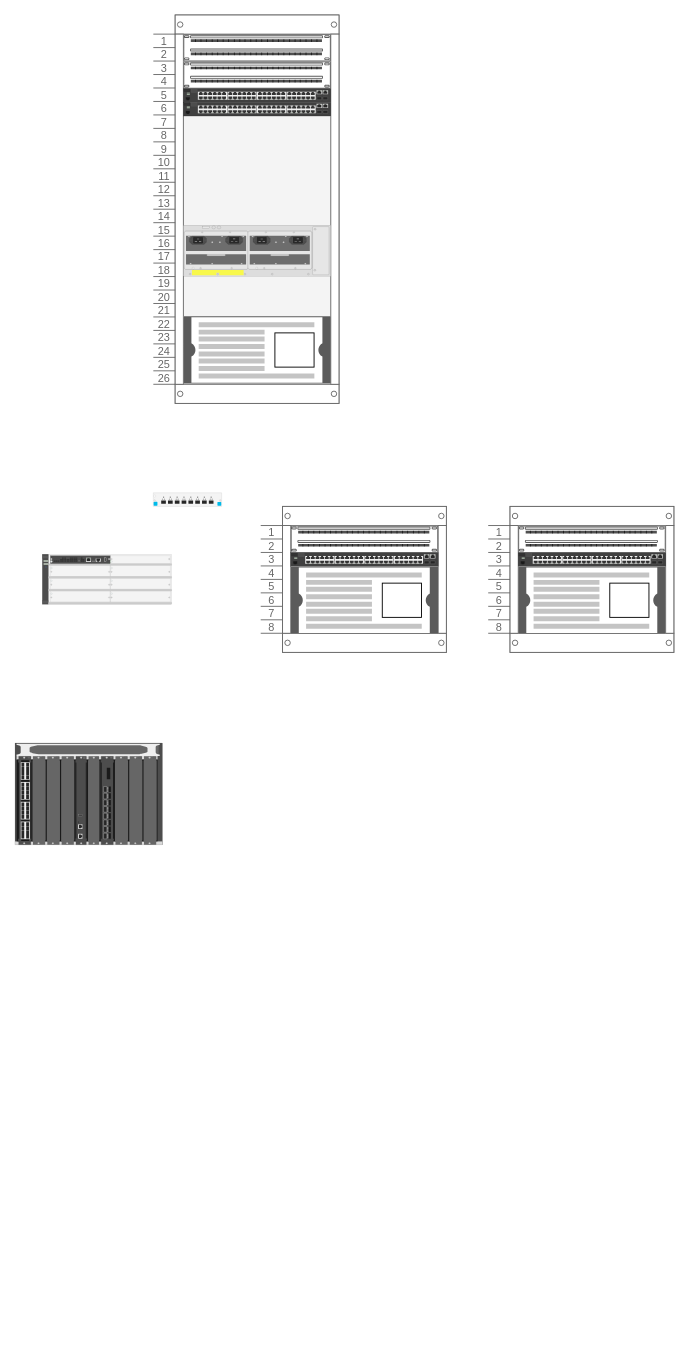
No-Name-Academy/Networking-for-noobs keeps this draw.io diagram as 1-1-Materiel-physique/1.1-TP.drawio. Above is the earlier version. Source tidied: cells renumbered, new cells numbered last; positions are measured from the earlier drawing's top-left corner, leaving out a move shared by most shapes. Both pictures are drawn from the tidied source at 91%, with x=0, y=0 at pixel (15, 15).
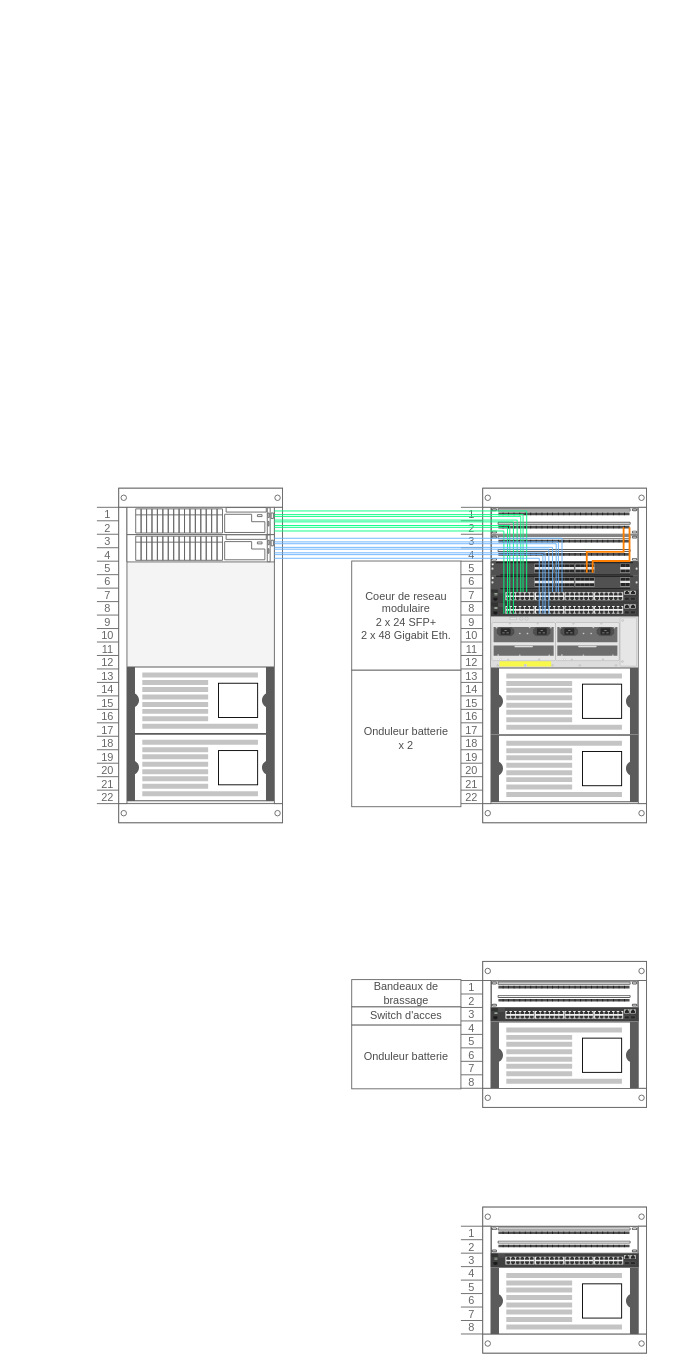
The same page after the edit.

Commit message (it also covers changes not shown here):
Mettre à jour 1.1-TP.drawio

The edit, as a diff of the source:
```diff
@@
     <mxCell id="2" style="strokeColor=#666666;html=1;verticalLabelPosition=bottom;labelBackgroundColor=#ffffff;verticalAlign=top;shadow=0;dashed=0;shape=mxgraph.rackGeneral.rackCabinet3;fillColor2=#f4f4f4;allowGaps=1;textColor=#666666;numDisp=ascend;" parent="1" vertex="1">
-      <mxGeometry x="270" y="540" width="204" height="160" as="geometry" />
+      <mxGeometry x="490" y="1040" width="204" height="160" as="geometry" />
     </mxCell>
@@
-    <mxCell id="4" style="html=1;verticalLabelPosition=bottom;verticalAlign=top;shadow=0;dashed=0;shape=mxgraph.rack.hpe_aruba.switches.j9781a_2530_48_front;" parent="2" vertex="1">
-      <mxGeometry x="33" y="51" width="162" height="15" as="geometry" />
-    </mxCell>
+    <mxCell id="23" style="html=1;verticalLabelPosition=bottom;verticalAlign=top;shadow=0;dashed=0;shape=mxgraph.rack.hpe_aruba.switches.j9781a_2530_48_front;" parent="2" vertex="1">
+      <mxGeometry x="33" y="51" width="162" height="15" as="geometry" />
+    </mxCell>
@@
     <mxCell id="6" style="strokeColor=#666666;html=1;verticalLabelPosition=bottom;labelBackgroundColor=#ffffff;verticalAlign=top;shadow=0;dashed=0;shape=mxgraph.rackGeneral.rackCabinet3;fillColor2=#f4f4f4;allowGaps=1;textColor=#666666;numDisp=ascend;" parent="1" vertex="1">
-      <mxGeometry x="520" y="540" width="204" height="160" as="geometry" />
+      <mxGeometry x="490" y="1310" width="204" height="160" as="geometry" />
     </mxCell>
@@
     <mxCell id="10" style="strokeColor=#666666;html=1;verticalLabelPosition=bottom;labelBackgroundColor=#ffffff;verticalAlign=top;shadow=0;dashed=0;shape=mxgraph.rackGeneral.rackCabinet3;fillColor2=#f4f4f4;allowGaps=1;textColor=#666666;numDisp=ascend;" parent="1" vertex="1">
-      <mxGeometry x="152" width="204" height="430" as="geometry" />
+      <mxGeometry x="490" y="520" width="204" height="370" as="geometry" />
     </mxCell>
-    <mxCell id="11" style="strokeColor=#666666;html=1;labelPosition=right;align=left;spacingLeft=15;shadow=0;dashed=0;outlineConnect=0;shape=mxgraph.rack.general.cat5e_enhanced_patch_panel_48_ports;" parent="10" vertex="1">
+    <mxCell id="11" style="strokeColor=#666666;html=1;labelPosition=right;align=left;spacingLeft=15;shadow=0;dashed=0;outlineConnect=0;shape=mxgraph.rack.general.cat5e_enhanced_patch_panel_48_ports;points=[[0.06,0.73,0,0,0],[0.1,0.73,0,0,0],[0.13,0.73,0,0,0],[0.16,0.73,0,0,0],[0.19,0.73,0,0,0],[0.23,0.73,0,0,0],[0.26,0.73,0,0,0],[0.29,0.73,0,0,0],[0.32,0.73,0,0,0],[0.35,0.73,0,0,0],[0.39,0.73,0,0,0],[0.42,0.73,0,0,0],[0.45,0.73,0,0,0],[0.48,0.73,0,0,0],[0.52,0.73,0,0,0],[0.55,0.73,0,0,0],[0.58,0.73,0,0,0],[0.61,0.73,0,0,0],[0.65,0.73,0,0,0],[0.68,0.73,0,0,0],[0.71,0.73,0,0,0],[0.74,0.73,0,0,0],[0.77,0.73,0,0,0],[0.81,0.73,0,0,0],[0.84,0.73,0,0,0],[0.87,0.73,0,0,0],[0.9,0.73,0,0,0],[0.94,0.73,0,0,0]];" parent="10" vertex="1">
       <mxGeometry x="33" y="21" width="162" height="30" as="geometry" />
     </mxCell>
@@
+    <mxCell id="24" style="html=1;verticalLabelPosition=bottom;verticalAlign=top;outlineConnect=0;shadow=0;dashed=0;shape=mxgraph.rack.hpe_aruba.switches.r0x43a_aruba_6400_24p_sfp_4sfp56_module;points=[[0.36,0.8,0,0,0],[0.4,0.8,0,0,0],[0.5,0.8,0,0,0],[0.54,0.8,0,0,0],[0.65,0.8,0,0,0],[0.69,0.8,0,0,0]];" parent="10" vertex="1">
+      <mxGeometry x="33" y="81" width="162" height="15" as="geometry" />
+    </mxCell>
-    <mxCell id="13" style="html=1;verticalLabelPosition=bottom;verticalAlign=top;outlineConnect=0;shadow=0;dashed=0;shape=mxgraph.rack.hpe_aruba.switches.j9781a_2530_48_front;" parent="10" vertex="1">
-      <mxGeometry x="33" y="81" width="162" height="15" as="geometry" />
+    <mxCell id="13" style="html=1;verticalLabelPosition=bottom;verticalAlign=top;outlineConnect=0;shadow=0;dashed=0;shape=mxgraph.rack.hpe_aruba.switches.j9781a_2530_48_front;points=[[0.12,0.2,0,0,0],[0.16,0.2,0,0,0],[0.19,0.2,0,0,0],[0.23,0.2,0,0,0],[0.26,0.2,0,0,0],[0.29,0.2,0,0,0],[0.33,0.2,0,0,0],[0.36,0.2,0,0,0],[0.4,0.2,0,0,0],[0.43,0.2,0,0,0],[0.47,0.2,0,0,0],[0.5,0.2,0,0,0],[0.54,0.2,0,0,0],[0.57,0.2,0,0,0],[0.6,0.2,0,0,0],[0.64,0.2,0,0,0],[0.67,0.2,0,0,0],[0.71,0.2,0,0,0],[0.74,0.2,0,0,0],[0.78,0.2,0,0,0],[0.81,0.2,0,0,0],[0.85,0.2,0,0,0],[0.88,0.2,0,0,0]];" parent="10" vertex="1">
+      <mxGeometry x="33" y="111" width="162" height="15" as="geometry" />
     </mxCell>
+    <mxCell id="18" style="html=1;verticalLabelPosition=bottom;verticalAlign=top;outlineConnect=0;shadow=0;dashed=0;shape=mxgraph.rack.hpe_aruba.switches.j9781a_2530_48_front;points=[[0.1,0.8,0,0,0],[0.14,0.8,0,0,0],[0.17,0.8,0,0,0],[0.21,0.8,0,0,0],[0.24,0.8,0,0,0],[0.28,0.8,0,0,0],[0.31,0.8,0,0,0],[0.34,0.8,0,0,0],[0.38,0.8,0,0,0],[0.41,0.8,0,0,0],[0.45,0.8,0,0,0],[0.48,0.8,0,0,0],[0.52,0.8,0,0,0],[0.55,0.8,0,0,0],[0.59,0.8,0,0,0],[0.62,0.8,0,0,0],[0.66,0.8,0,0,0],[0.69,0.8,0,0,0],[0.72,0.8,0,0,0],[0.76,0.8,0,0,0],[0.79,0.8,0,0,0],[0.83,0.8,0,0,0],[0.86,0.8,0,0,0],[0.9,0.8,0,0,0]];" parent="10" vertex="1">
+      <mxGeometry x="33" y="126" width="162" height="15" as="geometry" />
+    </mxCell>
     <mxCell id="14" style="group;" parent="10" vertex="1">
-      <mxGeometry x="33" y="231" width="162" height="56" as="geometry" />
+      <mxGeometry x="33" y="141" width="162" height="56" as="geometry" />
     </mxCell>
@@
-    <mxCell id="18" style="html=1;verticalLabelPosition=bottom;verticalAlign=top;outlineConnect=0;shadow=0;dashed=0;shape=mxgraph.rack.hpe_aruba.switches.j9781a_2530_48_front;" parent="10" vertex="1">
-      <mxGeometry x="33" y="96" width="162" height="15" as="geometry" />
-    </mxCell>
+    <mxCell id="25" style="shape=mxgraph.rack.apc.apc_smart_ups_5000_va_5u;html=1;labelPosition=right;align=left;spacingLeft=15;dashed=0;shadow=0;fillColor=#ffffff;" parent="10" vertex="1">
+      <mxGeometry x="33" y="197" width="162" height="74" as="geometry" />
+    </mxCell>
     <mxCell id="19" style="shape=mxgraph.rack.apc.apc_smart_ups_5000_va_5u;html=1;labelPosition=right;align=left;spacingLeft=15;dashed=0;shadow=0;fillColor=#ffffff;" parent="10" vertex="1">
-      <mxGeometry x="33" y="331" width="162" height="74" as="geometry" />
+      <mxGeometry x="33" y="271" width="162" height="74" as="geometry" />
     </mxCell>
-    <mxCell id="20" style="html=1;verticalLabelPosition=bottom;verticalAlign=top;shadow=0;dashed=0;shape=mxgraph.rack.hpe_aruba.switches.j9850a_540r_zl2_switch;" parent="1" vertex="1">
-      <mxGeometry x="30" y="592.5" width="142" height="55" as="geometry" />
-    </mxCell>
-    <mxCell id="21" style="html=1;verticalLabelPosition=bottom;verticalAlign=top;shadow=0;dashed=0;shape=mxgraph.rack.hpe_aruba.switches.j993a_8_port_1g_10gbe_sfpplus_with_macsec_v3_zl2_module;" parent="1" vertex="1">
-      <mxGeometry x="152" y="525" width="75" height="15" as="geometry" />
-    </mxCell>
-    <mxCell id="22" style="html=1;verticalLabelPosition=bottom;verticalAlign=top;shadow=0;dashed=0;shape=mxgraph.rack.hpe_aruba.switches.jl376a_aruba_8400_front;" parent="1" vertex="1">
-      <mxGeometry y="800" width="162" height="112" as="geometry" />
-    </mxCell>
+    <mxCell id="26" style="html=1;verticalLabelPosition=bottom;verticalAlign=top;shadow=0;dashed=0;shape=mxgraph.rack.hpe_aruba.switches.r0x43a_aruba_6400_24p_sfp_4sfp56_module;" parent="10" vertex="1">
+      <mxGeometry x="33" y="96" width="162" height="15" as="geometry" />
+    </mxCell>
+    <mxCell id="27" style="edgeStyle=orthogonalEdgeStyle;shape=connector;rounded=0;jettySize=auto;html=1;exitX=0.69;exitY=0.8;exitDx=0;exitDy=0;exitPerimeter=0;entryX=0.94;entryY=0.73;entryDx=0;entryDy=0;entryPerimeter=0;strokeColor=#FF8000;strokeWidth=2;align=center;verticalAlign=middle;fontFamily=Helvetica;fontSize=11;fontColor=default;labelBackgroundColor=default;endArrow=none;endFill=0;" parent="10" edge="1" source="24" target="11">
+      <mxGeometry relative="1" as="geometry">
+        <Array as="points">
+          <mxPoint x="145" y="80" />
+          <mxPoint x="185" y="80" />
+        </Array>
+      </mxGeometry>
+    </mxCell>
+    <mxCell id="28" style="edgeStyle=orthogonalEdgeStyle;shape=connector;rounded=0;jettySize=auto;html=1;exitX=0.65;exitY=0.8;exitDx=0;exitDy=0;exitPerimeter=0;entryX=0.9;entryY=0.73;entryDx=0;entryDy=0;entryPerimeter=0;strokeColor=#FF8000;strokeWidth=2;align=center;verticalAlign=middle;fontFamily=Helvetica;fontSize=11;fontColor=default;labelBackgroundColor=default;endArrow=none;endFill=0;" parent="10" edge="1" source="24" target="11">
+      <mxGeometry relative="1" as="geometry">
+        <Array as="points">
+          <mxPoint x="138" y="70" />
+          <mxPoint x="179" y="70" />
+        </Array>
+      </mxGeometry>
+    </mxCell>
+    <mxCell id="29" value="Coeur de reseau modulaire&lt;div&gt;2 x 24 SFP+&lt;/div&gt;&lt;div&gt;2 x 48 Gigabit Eth.&lt;/div&gt;" style="rounded=0;whiteSpace=wrap;html=1;strokeColor=#666666;fontColor=#4D4D4D;" parent="1" vertex="1">
+      <mxGeometry x="370" y="600" width="120" height="120" as="geometry" />
+    </mxCell>
+    <mxCell id="30" value="Onduleur batterie&lt;div&gt;x 2&lt;/div&gt;" style="rounded=0;whiteSpace=wrap;html=1;strokeColor=#666666;fontColor=#4D4D4D;" parent="1" vertex="1">
+      <mxGeometry x="370" y="720" width="120" height="150" as="geometry" />
+    </mxCell>
+    <mxCell id="31" value="Bandeaux de brassage" style="rounded=0;whiteSpace=wrap;html=1;strokeColor=#666666;fontColor=#4D4D4D;" parent="1" vertex="1">
+      <mxGeometry x="370" y="1060" width="120" height="30" as="geometry" />
+    </mxCell>
+    <mxCell id="32" value="Switch d'acces" style="rounded=0;whiteSpace=wrap;html=1;strokeColor=#666666;fontColor=#4D4D4D;" parent="1" vertex="1">
+      <mxGeometry x="370" y="1090" width="120" height="20" as="geometry" />
+    </mxCell>
+    <mxCell id="33" value="Onduleur batterie" style="rounded=0;whiteSpace=wrap;html=1;strokeColor=#666666;fontColor=#4D4D4D;" parent="1" vertex="1">
+      <mxGeometry x="370" y="1110" width="120" height="70" as="geometry" />
+    </mxCell>
+    <mxCell id="34" style="strokeColor=#666666;html=1;verticalLabelPosition=bottom;labelBackgroundColor=#ffffff;verticalAlign=top;shadow=0;dashed=0;shape=mxgraph.rackGeneral.rackCabinet3;fillColor2=#f4f4f4;allowGaps=1;textColor=#666666;numDisp=ascend;fontFamily=Helvetica;fontSize=11;fontColor=default;" parent="1" vertex="1">
+      <mxGeometry x="90" y="520" width="204" height="370" as="geometry" />
+    </mxCell>
+    <mxCell id="35" style="strokeColor=#666666;html=1;labelPosition=right;align=left;spacingLeft=15;shadow=0;dashed=0;outlineConnect=0;shape=mxgraph.rack.dell.poweredge_r740;fontFamily=Helvetica;fontSize=11;fontColor=default;labelBackgroundColor=default;points=[[1,0.2,0,0,0],[1,0.4,0,0,0],[1,0.6,0,0,0],[1,0.8,0,0,0]];" parent="34" vertex="1">
+      <mxGeometry x="33" y="21" width="162" height="30" as="geometry" />
+    </mxCell>
+    <mxCell id="36" style="strokeColor=#666666;html=1;labelPosition=right;align=left;spacingLeft=15;shadow=0;dashed=0;outlineConnect=0;shape=mxgraph.rack.dell.poweredge_r740;fontFamily=Helvetica;fontSize=11;fontColor=default;labelBackgroundColor=default;points=[[1,0.2,0,0,0],[1,0.4,0,0,0],[1,0.6,0,0,0],[1,0.8,0,0,0]];" parent="34" vertex="1">
+      <mxGeometry x="33" y="51" width="162" height="30" as="geometry" />
+    </mxCell>
+    <mxCell id="37" style="shape=mxgraph.rack.apc.apc_smart_ups_5000_va_5u;html=1;labelPosition=right;align=left;spacingLeft=15;dashed=0;shadow=0;fillColor=#ffffff;" parent="34" vertex="1">
+      <mxGeometry x="33" y="196" width="162" height="74" as="geometry" />
+    </mxCell>
+    <mxCell id="38" style="shape=mxgraph.rack.apc.apc_smart_ups_5000_va_5u;html=1;labelPosition=right;align=left;spacingLeft=15;dashed=0;shadow=0;fillColor=#ffffff;" parent="34" vertex="1">
+      <mxGeometry x="33" y="270" width="162" height="74" as="geometry" />
+    </mxCell>
+    <mxCell id="39" style="edgeStyle=orthogonalEdgeStyle;shape=link;rounded=0;jettySize=auto;html=1;exitX=1;exitY=0.2;exitDx=0;exitDy=0;exitPerimeter=0;entryX=0.23;entryY=0.2;entryDx=0;entryDy=0;entryPerimeter=0;strokeColor=#00FF80;strokeWidth=1;align=center;verticalAlign=middle;fontFamily=Helvetica;fontSize=11;fontColor=default;labelBackgroundColor=default;endArrow=none;endFill=0;" parent="1" edge="1" source="35" target="13">
+      <mxGeometry relative="1" as="geometry" />
+    </mxCell>
+    <mxCell id="40" style="edgeStyle=orthogonalEdgeStyle;shape=link;rounded=0;jettySize=auto;html=1;exitX=1;exitY=0.4;exitDx=0;exitDy=0;exitPerimeter=0;entryX=0.19;entryY=0.2;entryDx=0;entryDy=0;entryPerimeter=0;strokeColor=#00FF80;strokeWidth=1;align=center;verticalAlign=middle;fontFamily=Helvetica;fontSize=11;fontColor=default;labelBackgroundColor=default;endArrow=none;endFill=0;" parent="1" edge="1" source="35" target="13">
+      <mxGeometry relative="1" as="geometry" />
+    </mxCell>
+    <mxCell id="41" style="edgeStyle=orthogonalEdgeStyle;shape=link;rounded=0;jettySize=auto;html=1;exitX=1;exitY=0.6;exitDx=0;exitDy=0;exitPerimeter=0;entryX=0.14;entryY=0.8;entryDx=0;entryDy=0;entryPerimeter=0;strokeColor=#00FF80;strokeWidth=1;align=center;verticalAlign=middle;fontFamily=Helvetica;fontSize=11;fontColor=default;labelBackgroundColor=default;endArrow=none;endFill=0;" parent="1" edge="1" source="35" target="18">
+      <mxGeometry relative="1" as="geometry" />
+    </mxCell>
+    <mxCell id="42" style="edgeStyle=orthogonalEdgeStyle;shape=link;rounded=0;jettySize=auto;html=1;exitX=1;exitY=0.8;exitDx=0;exitDy=0;exitPerimeter=0;entryX=0.1;entryY=0.8;entryDx=0;entryDy=0;entryPerimeter=0;strokeColor=#00FF80;strokeWidth=1;align=center;verticalAlign=middle;fontFamily=Helvetica;fontSize=11;fontColor=default;labelBackgroundColor=default;endArrow=none;endFill=0;" parent="1" edge="1" source="35" target="18">
+      <mxGeometry relative="1" as="geometry" />
+    </mxCell>
+    <mxCell id="43" style="edgeStyle=orthogonalEdgeStyle;shape=link;rounded=0;jettySize=auto;html=1;exitX=1;exitY=0.2;exitDx=0;exitDy=0;exitPerimeter=0;entryX=0.47;entryY=0.2;entryDx=0;entryDy=0;entryPerimeter=0;strokeColor=#66B2FF;strokeWidth=1;align=center;verticalAlign=middle;fontFamily=Helvetica;fontSize=11;fontColor=default;labelBackgroundColor=default;endArrow=none;endFill=0;" parent="1" edge="1" source="36" target="13">
+      <mxGeometry relative="1" as="geometry" />
+    </mxCell>
+    <mxCell id="44" style="edgeStyle=orthogonalEdgeStyle;shape=link;rounded=0;jettySize=auto;html=1;exitX=1;exitY=0.4;exitDx=0;exitDy=0;exitPerimeter=0;entryX=0.43;entryY=0.2;entryDx=0;entryDy=0;entryPerimeter=0;strokeColor=#66B2FF;strokeWidth=1;align=center;verticalAlign=middle;fontFamily=Helvetica;fontSize=11;fontColor=default;labelBackgroundColor=default;endArrow=none;endFill=0;" parent="1" edge="1" source="36" target="13">
+      <mxGeometry relative="1" as="geometry" />
+    </mxCell>
+    <mxCell id="45" style="edgeStyle=orthogonalEdgeStyle;shape=link;rounded=0;jettySize=auto;html=1;exitX=1;exitY=0.6;exitDx=0;exitDy=0;exitPerimeter=0;entryX=0.38;entryY=0.8;entryDx=0;entryDy=0;entryPerimeter=0;strokeColor=#66B2FF;strokeWidth=1;align=center;verticalAlign=middle;fontFamily=Helvetica;fontSize=11;fontColor=default;labelBackgroundColor=default;endArrow=none;endFill=0;" parent="1" edge="1" source="36" target="18">
+      <mxGeometry relative="1" as="geometry" />
+    </mxCell>
+    <mxCell id="46" style="edgeStyle=orthogonalEdgeStyle;shape=link;rounded=0;jettySize=auto;html=1;exitX=1;exitY=0.8;exitDx=0;exitDy=0;exitPerimeter=0;entryX=0.34;entryY=0.8;entryDx=0;entryDy=0;entryPerimeter=0;strokeColor=#66B2FF;strokeWidth=1;align=center;verticalAlign=middle;fontFamily=Helvetica;fontSize=11;fontColor=default;labelBackgroundColor=default;endArrow=none;endFill=0;" parent="1" edge="1" source="36" target="18">
+      <mxGeometry relative="1" as="geometry" />
+    </mxCell>
```
